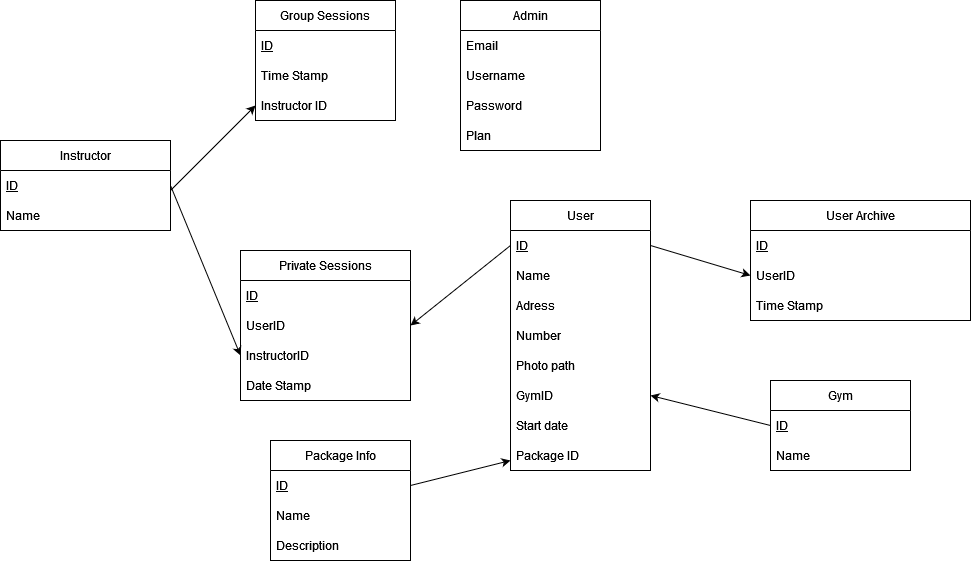
The draw.io diagram Baza/baza.png in kimleta/PHP-Gym-Software, before a commit. Source tidied: cells renumbered, new cells last; positions are measured from the earlier drawing's top-left corner, leaving out a move shared by most shapes.
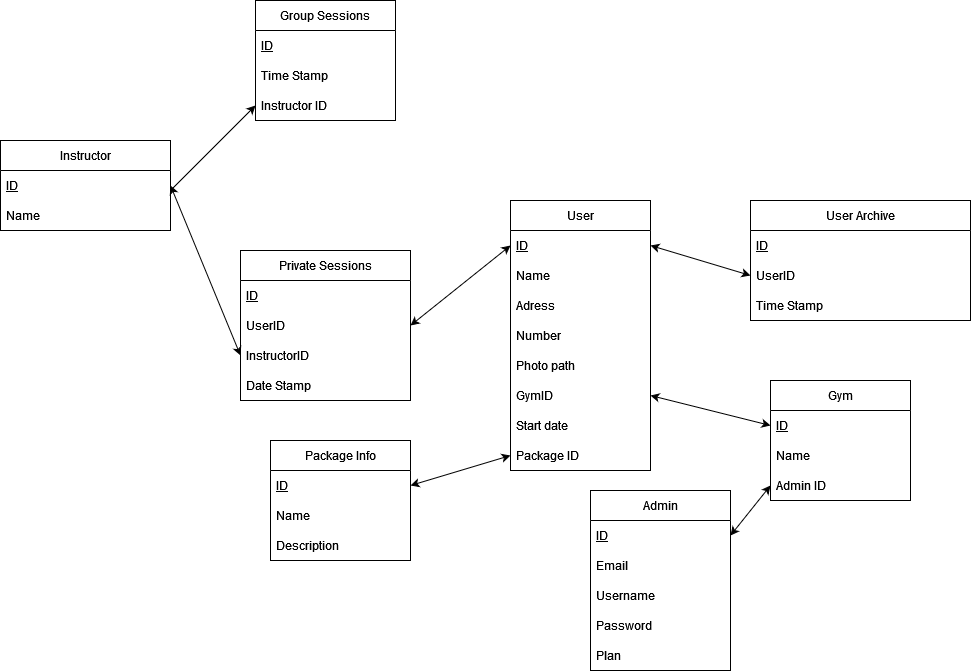
The same file after the commit.

What changed in the source:
```diff
@@ -30,7 +30,7 @@
       <mxGeometry y="240" width="140" height="30" as="geometry" />
     </mxCell>
     <mxCell id="11" value="Gym" style="swimlane;fontStyle=0;horizontal=1;startSize=30;" parent="1" vertex="1">
-      <mxGeometry x="770" y="380" width="140" height="90" as="geometry" />
+      <mxGeometry x="770" y="380" width="140" height="120" as="geometry" />
     </mxCell>
     <mxCell id="12" value="ID" style="text;strokeColor=none;fillColor=none;align=left;verticalAlign=middle;spacingLeft=4;spacingRight=4;overflow=hidden;points=[[0,0.5],[1,0.5]];portConstraint=eastwest;fontStyle=4;" parent="11" vertex="1">
       <mxGeometry y="30" width="140" height="30" as="geometry" />
@@ -38,6 +38,9 @@
     <mxCell id="13" value="Name" style="text;strokeColor=none;fillColor=none;align=left;verticalAlign=middle;spacingLeft=4;spacingRight=4;overflow=hidden;" parent="11" vertex="1">
       <mxGeometry y="60" width="140" height="30" as="geometry" />
     </mxCell>
+    <mxCell id="45" value="Admin ID" style="text;strokeColor=none;fillColor=none;align=left;verticalAlign=middle;spacingLeft=4;spacingRight=4;overflow=hidden;points=[[0,0.5],[1,0.5]];portConstraint=eastwest;" parent="11" vertex="1">
+      <mxGeometry y="90" width="140" height="30" as="geometry" />
+    </mxCell>
     <mxCell id="14" value="User Archive" style="swimlane;fontStyle=0;horizontal=1;startSize=30;" parent="1" vertex="1">
       <mxGeometry x="750" y="200" width="220" height="120" as="geometry" />
     </mxCell>
@@ -50,12 +53,6 @@
     <mxCell id="17" value="Time Stamp" style="text;strokeColor=none;fillColor=none;align=left;verticalAlign=middle;spacingLeft=4;spacingRight=4;overflow=hidden;" parent="14" vertex="1">
       <mxGeometry y="90" width="220" height="30" as="geometry" />
     </mxCell>
-    <mxCell id="18" style="endArrow=classic;html=1;rounded=0;exitX=1;exitY=0.5;exitDx=0;exitDy=0;entryX=0;entryY=0.5;entryDx=0;entryDy=0;" parent="1" edge="1" source="3" target="16">
-      <mxGeometry relative="1" as="geometry" />
-    </mxCell>
-    <mxCell id="19" style="endArrow=classic;html=1;rounded=0;exitX=0;exitY=0.5;exitDx=0;exitDy=0;entryX=1;entryY=0.5;entryDx=0;entryDy=0;" parent="1" edge="1" source="12" target="8">
-      <mxGeometry relative="1" as="geometry" />
-    </mxCell>
     <mxCell id="20" value="Private Sessions" style="swimlane;fontStyle=0;horizontal=1;startSize=30;" parent="1" vertex="1">
       <mxGeometry x="240" y="250" width="170" height="150" as="geometry" />
     </mxCell>
@@ -71,9 +68,6 @@
     <mxCell id="24" value="Date Stamp" style="text;strokeColor=none;fillColor=none;align=left;verticalAlign=middle;spacingLeft=4;spacingRight=4;overflow=hidden;" parent="20" vertex="1">
       <mxGeometry y="120" width="170" height="30" as="geometry" />
     </mxCell>
-    <mxCell id="25" style="endArrow=classic;html=1;rounded=0;exitX=0;exitY=0.5;exitDx=0;exitDy=0;entryX=1;entryY=0.5;entryDx=0;entryDy=0;" parent="1" edge="1" source="3" target="22">
-      <mxGeometry relative="1" as="geometry" />
-    </mxCell>
     <mxCell id="26" value="Instructor" style="swimlane;fontStyle=0;horizontal=1;startSize=30;" parent="1" vertex="1">
       <mxGeometry y="140" width="170" height="90" as="geometry" />
     </mxCell>
@@ -83,9 +77,6 @@
     <mxCell id="28" value="Name" style="text;strokeColor=none;fillColor=none;align=left;verticalAlign=middle;spacingLeft=4;spacingRight=4;overflow=hidden;" parent="26" vertex="1">
       <mxGeometry y="60" width="170" height="30" as="geometry" />
     </mxCell>
-    <mxCell id="29" style="endArrow=classic;html=1;rounded=0;exitX=1;exitY=0.5;exitDx=0;exitDy=0;entryX=0;entryY=0.5;entryDx=0;entryDy=0;" parent="1" edge="1" source="27" target="23">
-      <mxGeometry relative="1" as="geometry" />
-    </mxCell>
     <mxCell id="30" value="Group Sessions" style="swimlane;fontStyle=0;horizontal=1;startSize=30;" parent="1" vertex="1">
       <mxGeometry x="255" width="140" height="120" as="geometry" />
     </mxCell>
@@ -104,19 +95,22 @@
       </mxGeometry>
     </mxCell>
     <mxCell id="35" value="Admin" style="swimlane;fontStyle=0;horizontal=1;startSize=30;" parent="1" vertex="1">
-      <mxGeometry x="460" width="140" height="150" as="geometry" />
+      <mxGeometry x="590" y="490" width="140" height="180" as="geometry" />
     </mxCell>
+    <mxCell id="46" value="ID" style="text;strokeColor=none;fillColor=none;align=left;verticalAlign=middle;spacingLeft=4;spacingRight=4;overflow=hidden;points=[[0,0.5],[1,0.5]];portConstraint=eastwest;fontStyle=4;" parent="35" vertex="1">
+      <mxGeometry y="30" width="140" height="30" as="geometry" />
+    </mxCell>
     <mxCell id="36" value="Email" style="text;strokeColor=none;fillColor=none;align=left;verticalAlign=middle;spacingLeft=4;spacingRight=4;overflow=hidden;" parent="35" vertex="1">
-      <mxGeometry y="30" width="140" height="30" as="geometry" />
+      <mxGeometry y="60" width="140" height="30" as="geometry" />
     </mxCell>
     <mxCell id="37" value="Username" style="text;strokeColor=none;fillColor=none;align=left;verticalAlign=middle;spacingLeft=4;spacingRight=4;overflow=hidden;" parent="35" vertex="1">
-      <mxGeometry y="60" width="140" height="30" as="geometry" />
+      <mxGeometry y="90" width="140" height="30" as="geometry" />
     </mxCell>
     <mxCell id="38" value="Password" style="text;strokeColor=none;fillColor=none;align=left;verticalAlign=middle;spacingLeft=4;spacingRight=4;overflow=hidden;" parent="35" vertex="1">
-      <mxGeometry y="90" width="140" height="30" as="geometry" />
+      <mxGeometry y="120" width="140" height="30" as="geometry" />
     </mxCell>
     <mxCell id="39" value="Plan" style="text;strokeColor=none;fillColor=none;align=left;verticalAlign=middle;spacingLeft=4;spacingRight=4;overflow=hidden;" parent="35" vertex="1">
-      <mxGeometry y="120" width="140" height="30" as="geometry" />
+      <mxGeometry y="150" width="140" height="30" as="geometry" />
     </mxCell>
     <mxCell id="40" value="Package Info" style="swimlane;fontStyle=0;horizontal=1;startSize=30;" parent="1" vertex="1">
       <mxGeometry x="270" y="440" width="140" height="120" as="geometry" />
@@ -130,10 +124,23 @@
     <mxCell id="43" value="Description" style="text;strokeColor=none;fillColor=none;align=left;verticalAlign=middle;spacingLeft=4;spacingRight=4;overflow=hidden;" parent="40" vertex="1">
       <mxGeometry y="90" width="140" height="30" as="geometry" />
     </mxCell>
-    <mxCell id="44" style="endArrow=classic;html=1;rounded=0;exitX=1;exitY=0.5;exitDx=0;exitDy=0;" parent="1" edge="1" source="41">
-      <mxGeometry relative="1" as="geometry">
-        <mxPoint x="510" y="460" as="targetPoint" />
-      </mxGeometry>
-    </mxCell>
+    <mxCell id="47" style="endArrow=classic;startArrow=classic;html=1;rounded=0;exitX=1;exitY=0.5;exitDx=0;exitDy=0;entryX=0;entryY=0.5;entryDx=0;entryDy=0;" parent="1" edge="1" source="46" target="45">
+      <mxGeometry relative="1" as="geometry" />
+    </mxCell>
+    <mxCell id="48" style="endArrow=classic;startArrow=classic;html=1;rounded=0;entryX=0;entryY=0.5;entryDx=0;entryDy=0;exitX=1;exitY=0.5;exitDx=0;exitDy=0;" parent="1" edge="1" source="8" target="12">
+      <mxGeometry relative="1" as="geometry" />
+    </mxCell>
+    <mxCell id="18" style="endArrow=classic;startArrow=classic;html=1;rounded=0;entryX=0;entryY=0.5;entryDx=0;entryDy=0;exitX=1;exitY=0.5;exitDx=0;exitDy=0;" parent="1" edge="1" source="3" target="16">
+      <mxGeometry relative="1" as="geometry" />
+    </mxCell>
+    <mxCell id="49" style="endArrow=classic;startArrow=classic;html=1;rounded=0;entryX=0;entryY=0.5;entryDx=0;entryDy=0;exitX=1;exitY=0.5;exitDx=0;exitDy=0;" parent="1" edge="1" source="22" target="3">
+      <mxGeometry relative="1" as="geometry" />
+    </mxCell>
+    <mxCell id="29" style="endArrow=classic;startArrow=classic;html=1;rounded=0;entryX=0;entryY=0.5;entryDx=0;entryDy=0;exitX=1;exitY=0.5;exitDx=0;exitDy=0;" parent="1" edge="1" source="27" target="23">
+      <mxGeometry relative="1" as="geometry" />
+    </mxCell>
+    <mxCell id="50" style="endArrow=classic;startArrow=classic;html=1;rounded=0;entryX=0;entryY=0.5;entryDx=0;entryDy=0;exitX=1;exitY=0.5;exitDx=0;exitDy=0;" parent="1" edge="1" source="41" target="10">
+      <mxGeometry relative="1" as="geometry" />
+    </mxCell>
   </root>
 </mxGraphModel>
```
